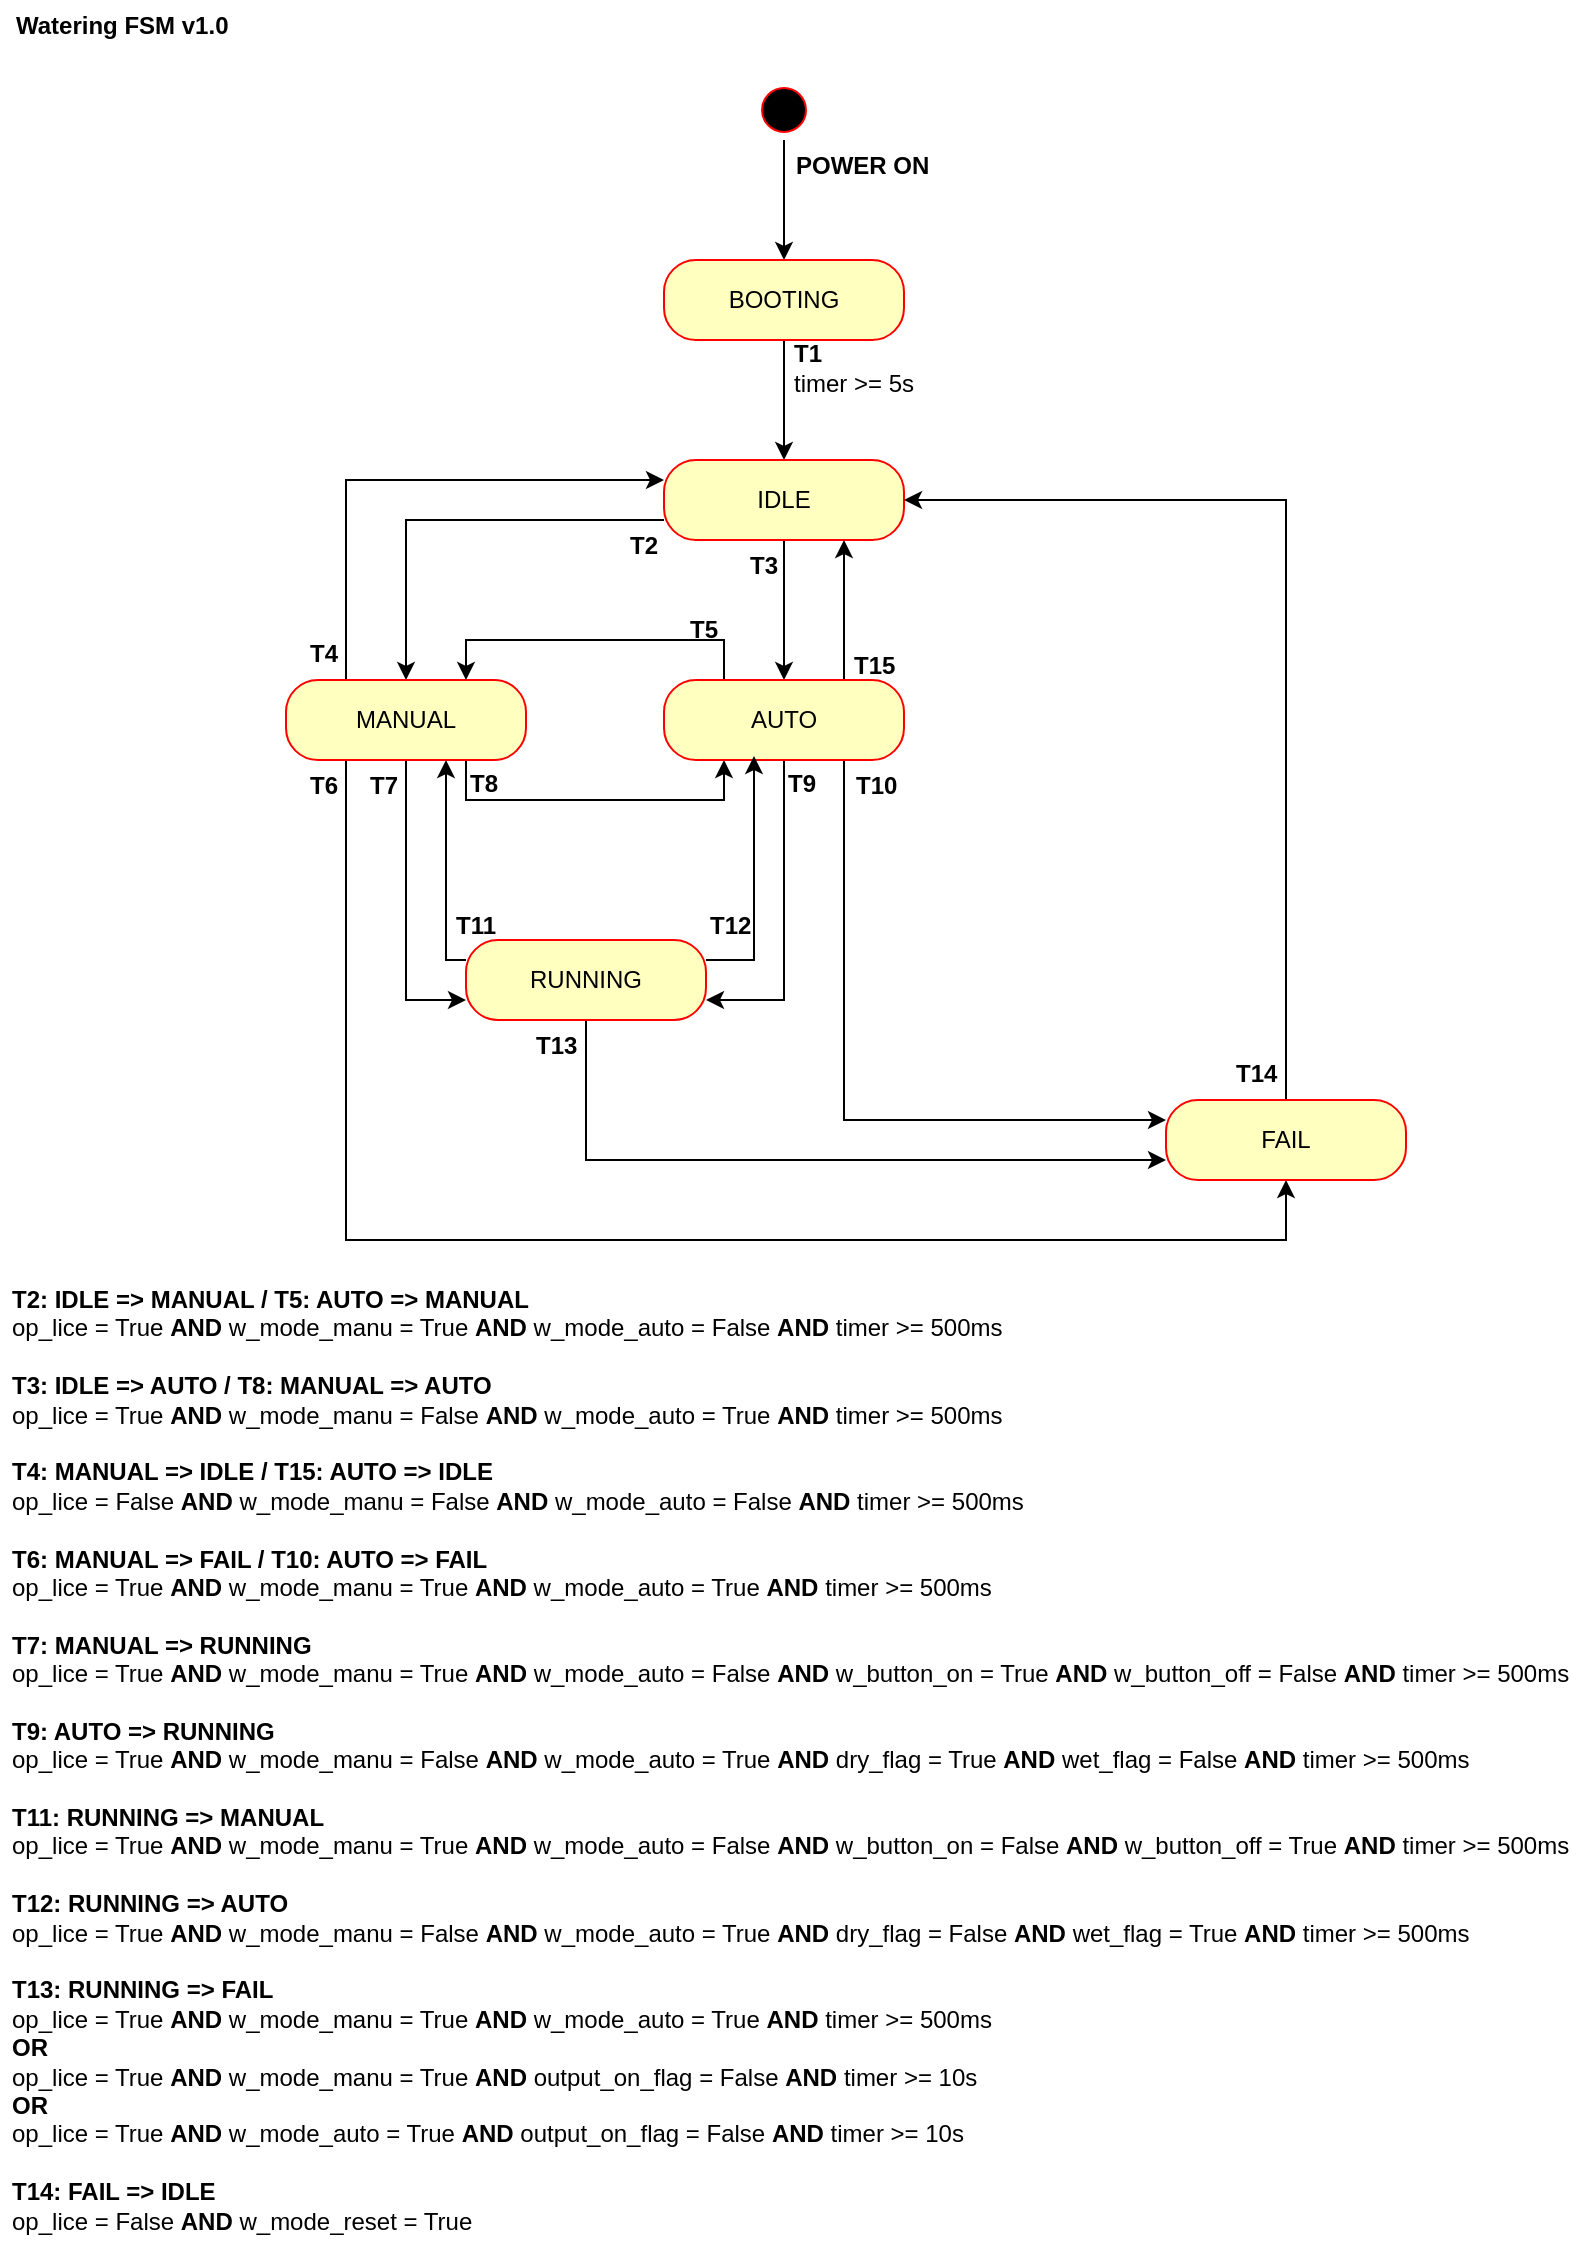
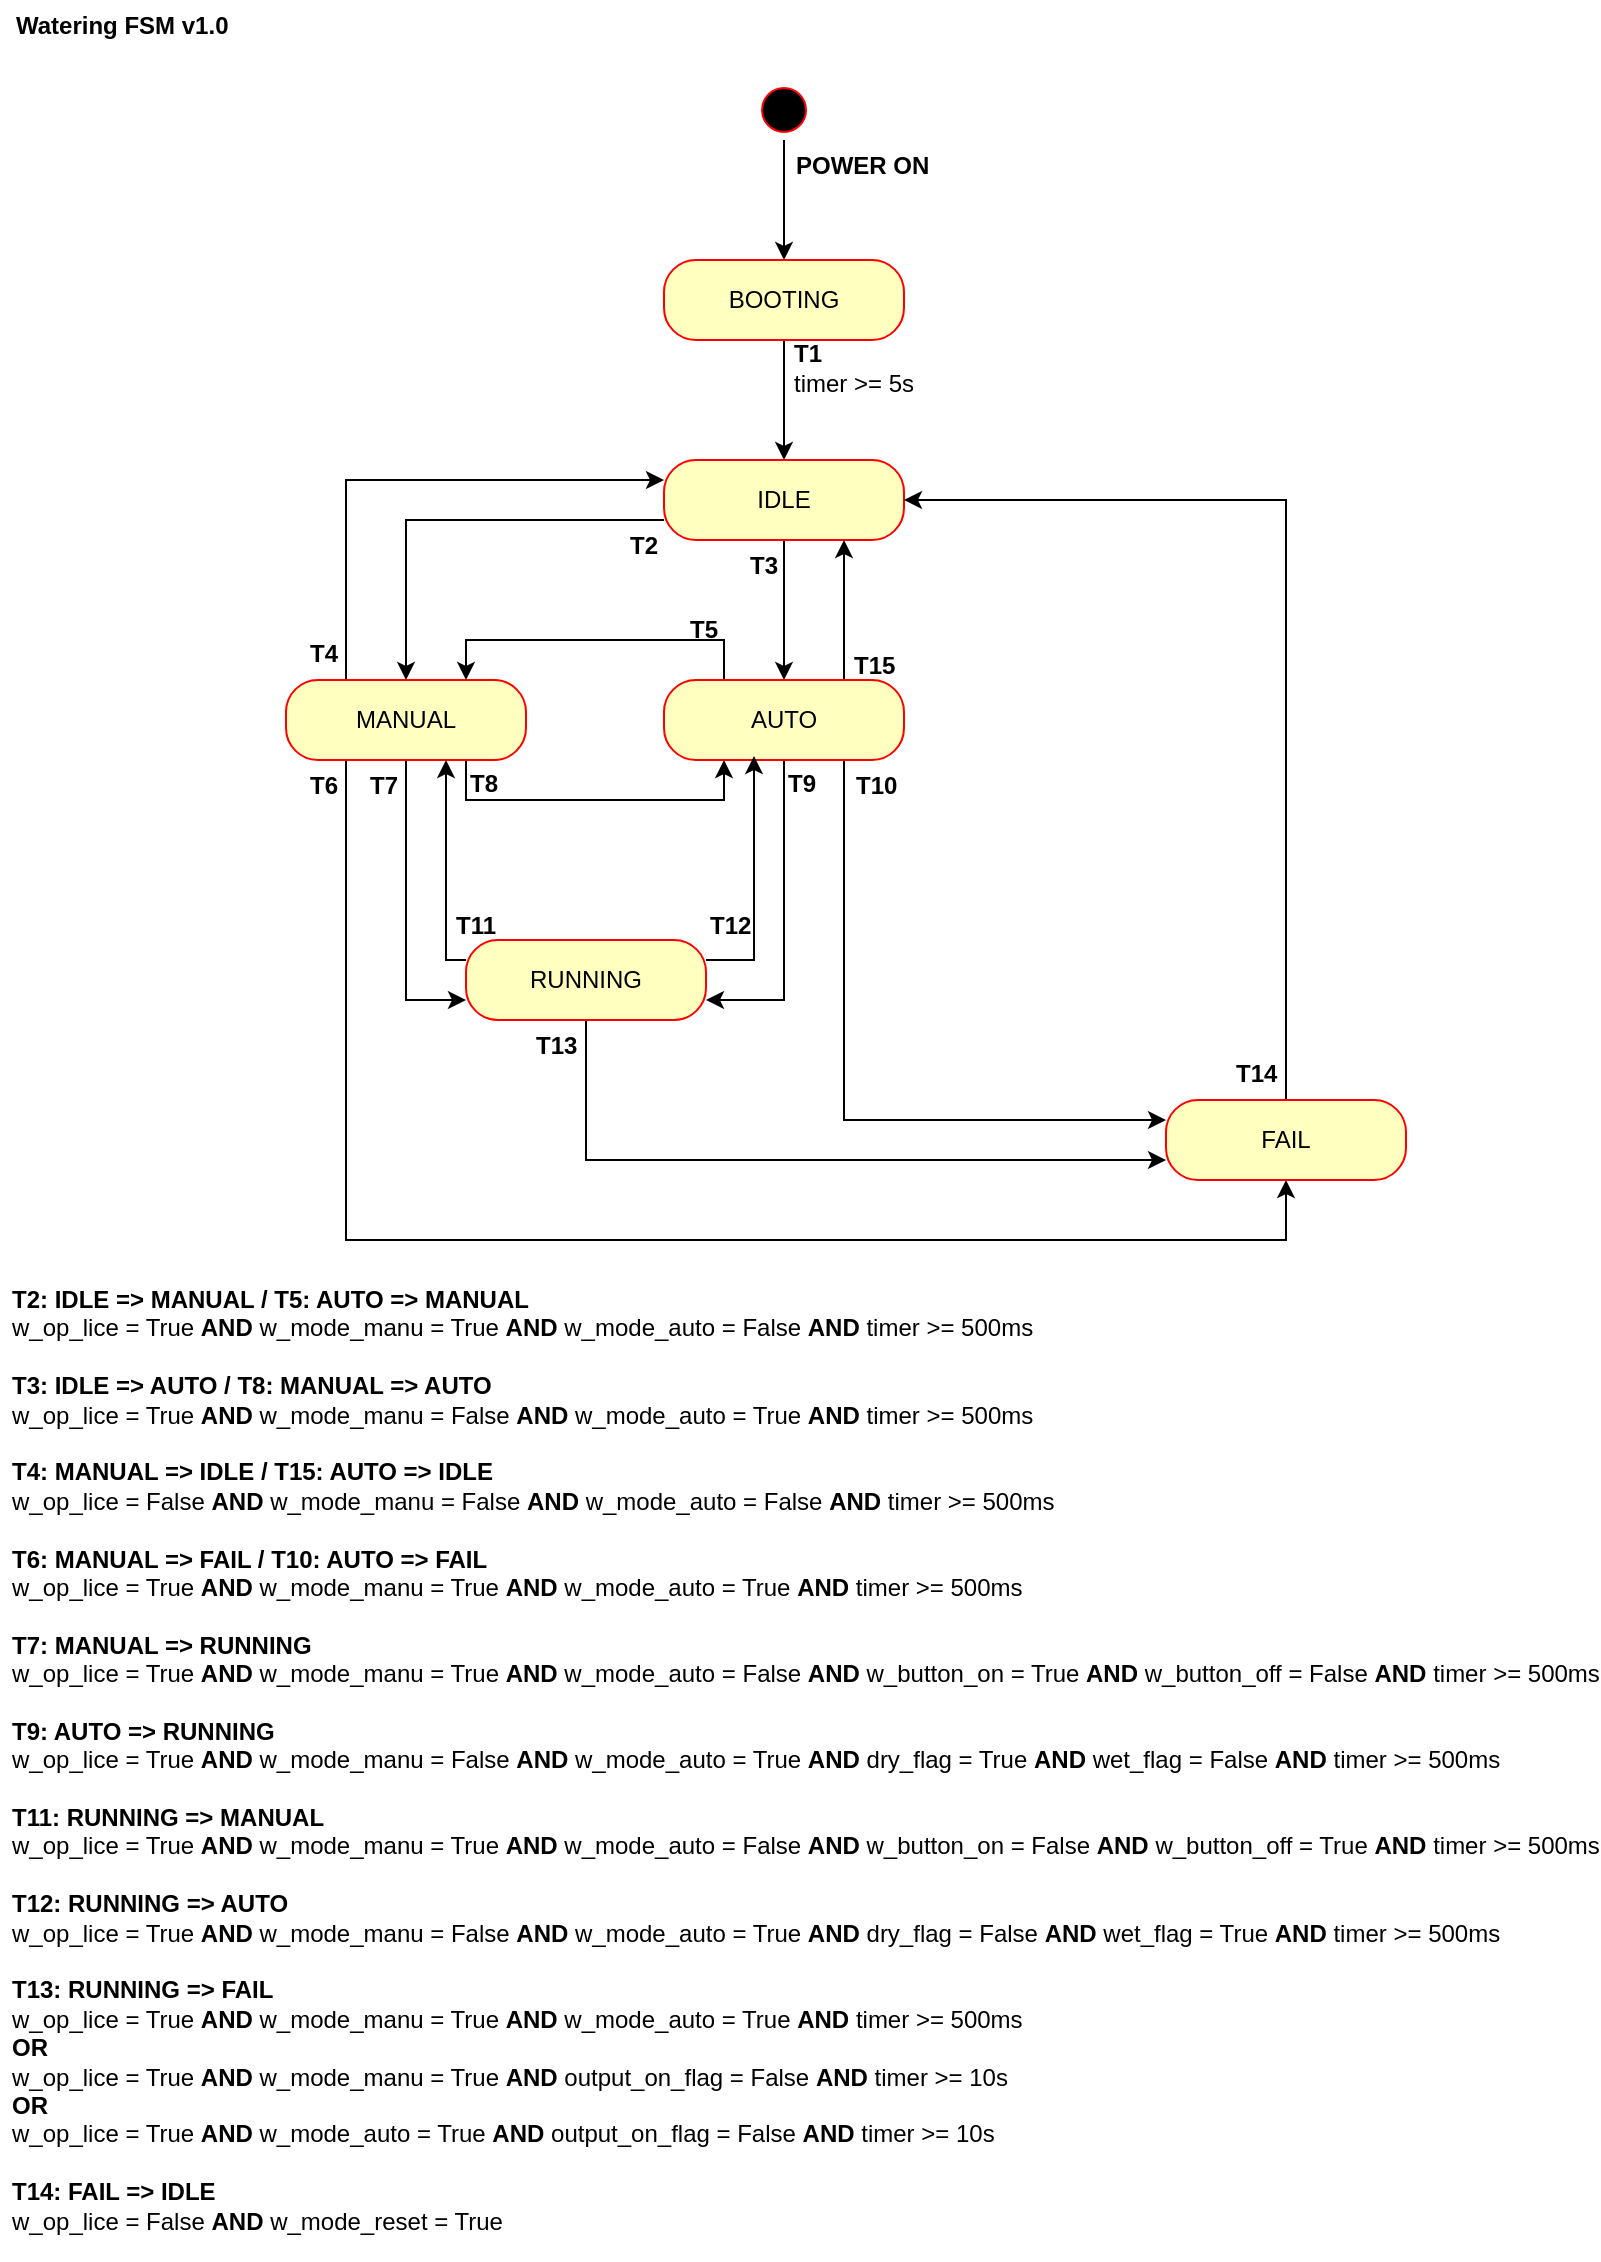
<mxfile host="Electron">
  <diagram name="Página-1" id="GmM7A7gTlj4xSkgxeAtz">
    <mxGraphModel dx="1414" dy="841" grid="1" gridSize="10" guides="1" tooltips="1" connect="1" arrows="1" fold="1" page="1" pageScale="1" pageWidth="827" pageHeight="1169" math="0" shadow="0">
      <root>
        <mxCell id="0" />
        <mxCell id="1" parent="0" />
        <mxCell id="JSaX9T62QVcK1ra-M2Sj-28" edge="1" parent="1" source="JSaX9T62QVcK1ra-M2Sj-1" style="edgeStyle=orthogonalEdgeStyle;rounded=0;orthogonalLoop=1;jettySize=auto;html=1;exitX=0.5;exitY=1;exitDx=0;exitDy=0;" target="JSaX9T62QVcK1ra-M2Sj-3">
          <mxGeometry relative="1" as="geometry" />
        </mxCell>
        <mxCell id="JSaX9T62QVcK1ra-M2Sj-1" parent="1" style="ellipse;html=1;shape=startState;fillColor=#000000;strokeColor=#ff0000;" value="" vertex="1">
          <mxGeometry height="30" width="30" x="384" y="60" as="geometry" />
        </mxCell>
        <mxCell id="JSaX9T62QVcK1ra-M2Sj-27" edge="1" parent="1" source="JSaX9T62QVcK1ra-M2Sj-3" style="edgeStyle=orthogonalEdgeStyle;rounded=0;orthogonalLoop=1;jettySize=auto;html=1;exitX=0.5;exitY=1;exitDx=0;exitDy=0;entryX=0.5;entryY=0;entryDx=0;entryDy=0;" target="JSaX9T62QVcK1ra-M2Sj-5">
          <mxGeometry relative="1" as="geometry" />
        </mxCell>
        <mxCell id="JSaX9T62QVcK1ra-M2Sj-3" parent="1" style="rounded=1;whiteSpace=wrap;html=1;arcSize=40;fontColor=#000000;fillColor=#ffffc0;strokeColor=#ff0000;" value="BOOTING" vertex="1">
          <mxGeometry height="40" width="120" x="339" y="150" as="geometry" />
        </mxCell>
        <mxCell id="JSaX9T62QVcK1ra-M2Sj-10" edge="1" parent="1" source="JSaX9T62QVcK1ra-M2Sj-5" style="edgeStyle=orthogonalEdgeStyle;rounded=0;orthogonalLoop=1;jettySize=auto;html=1;exitX=0.5;exitY=1;exitDx=0;exitDy=0;entryX=0.5;entryY=0;entryDx=0;entryDy=0;" target="JSaX9T62QVcK1ra-M2Sj-9">
          <mxGeometry relative="1" as="geometry" />
        </mxCell>
        <mxCell id="JSaX9T62QVcK1ra-M2Sj-29" edge="1" parent="1" source="JSaX9T62QVcK1ra-M2Sj-5" style="edgeStyle=orthogonalEdgeStyle;rounded=0;orthogonalLoop=1;jettySize=auto;html=1;exitX=0;exitY=0.75;exitDx=0;exitDy=0;entryX=0.5;entryY=0;entryDx=0;entryDy=0;" target="JSaX9T62QVcK1ra-M2Sj-7">
          <mxGeometry relative="1" as="geometry" />
        </mxCell>
        <mxCell id="JSaX9T62QVcK1ra-M2Sj-5" parent="1" style="rounded=1;whiteSpace=wrap;html=1;arcSize=40;fontColor=#000000;fillColor=#ffffc0;strokeColor=#ff0000;" value="IDLE" vertex="1">
          <mxGeometry height="40" width="120" x="339" y="250" as="geometry" />
        </mxCell>
        <mxCell id="JSaX9T62QVcK1ra-M2Sj-12" edge="1" parent="1" source="JSaX9T62QVcK1ra-M2Sj-7" style="edgeStyle=orthogonalEdgeStyle;rounded=0;orthogonalLoop=1;jettySize=auto;html=1;exitX=0.25;exitY=1;exitDx=0;exitDy=0;entryX=0.5;entryY=1;entryDx=0;entryDy=0;" target="JSaX9T62QVcK1ra-M2Sj-11">
          <mxGeometry relative="1" as="geometry">
            <Array as="points">
              <mxPoint x="180" y="640" />
              <mxPoint x="650" y="640" />
            </Array>
          </mxGeometry>
        </mxCell>
        <mxCell id="JSaX9T62QVcK1ra-M2Sj-16" edge="1" parent="1" source="JSaX9T62QVcK1ra-M2Sj-7" style="edgeStyle=orthogonalEdgeStyle;rounded=0;orthogonalLoop=1;jettySize=auto;html=1;exitX=0.75;exitY=1;exitDx=0;exitDy=0;entryX=0.25;entryY=1;entryDx=0;entryDy=0;" target="JSaX9T62QVcK1ra-M2Sj-9">
          <mxGeometry relative="1" as="geometry" />
        </mxCell>
        <mxCell id="JSaX9T62QVcK1ra-M2Sj-20" edge="1" parent="1" source="JSaX9T62QVcK1ra-M2Sj-7" style="edgeStyle=orthogonalEdgeStyle;rounded=0;orthogonalLoop=1;jettySize=auto;html=1;exitX=0.5;exitY=1;exitDx=0;exitDy=0;entryX=0;entryY=0.75;entryDx=0;entryDy=0;" target="JSaX9T62QVcK1ra-M2Sj-18">
          <mxGeometry relative="1" as="geometry" />
        </mxCell>
        <mxCell id="JSaX9T62QVcK1ra-M2Sj-25" edge="1" parent="1" source="JSaX9T62QVcK1ra-M2Sj-7" style="edgeStyle=orthogonalEdgeStyle;rounded=0;orthogonalLoop=1;jettySize=auto;html=1;exitX=0.25;exitY=0;exitDx=0;exitDy=0;entryX=0;entryY=0.25;entryDx=0;entryDy=0;" target="JSaX9T62QVcK1ra-M2Sj-5">
          <mxGeometry relative="1" as="geometry" />
        </mxCell>
        <mxCell id="JSaX9T62QVcK1ra-M2Sj-7" parent="1" style="rounded=1;whiteSpace=wrap;html=1;arcSize=40;fontColor=#000000;fillColor=#ffffc0;strokeColor=#ff0000;" value="MANUAL" vertex="1">
          <mxGeometry height="40" width="120" x="150" y="360" as="geometry" />
        </mxCell>
        <mxCell id="JSaX9T62QVcK1ra-M2Sj-13" edge="1" parent="1" source="JSaX9T62QVcK1ra-M2Sj-9" style="edgeStyle=orthogonalEdgeStyle;rounded=0;orthogonalLoop=1;jettySize=auto;html=1;exitX=0.75;exitY=1;exitDx=0;exitDy=0;entryX=0;entryY=0.25;entryDx=0;entryDy=0;" target="JSaX9T62QVcK1ra-M2Sj-11">
          <mxGeometry relative="1" as="geometry" />
        </mxCell>
        <mxCell id="JSaX9T62QVcK1ra-M2Sj-15" edge="1" parent="1" source="JSaX9T62QVcK1ra-M2Sj-9" style="edgeStyle=orthogonalEdgeStyle;rounded=0;orthogonalLoop=1;jettySize=auto;html=1;exitX=0.25;exitY=0;exitDx=0;exitDy=0;entryX=0.75;entryY=0;entryDx=0;entryDy=0;" target="JSaX9T62QVcK1ra-M2Sj-7">
          <mxGeometry relative="1" as="geometry" />
        </mxCell>
        <mxCell id="JSaX9T62QVcK1ra-M2Sj-21" edge="1" parent="1" source="JSaX9T62QVcK1ra-M2Sj-9" style="edgeStyle=orthogonalEdgeStyle;rounded=0;orthogonalLoop=1;jettySize=auto;html=1;exitX=0.5;exitY=1;exitDx=0;exitDy=0;entryX=1;entryY=0.75;entryDx=0;entryDy=0;" target="JSaX9T62QVcK1ra-M2Sj-18">
          <mxGeometry relative="1" as="geometry" />
        </mxCell>
        <mxCell id="JSaX9T62QVcK1ra-M2Sj-26" edge="1" parent="1" source="JSaX9T62QVcK1ra-M2Sj-9" style="edgeStyle=orthogonalEdgeStyle;rounded=0;orthogonalLoop=1;jettySize=auto;html=1;exitX=0.75;exitY=0;exitDx=0;exitDy=0;entryX=0.75;entryY=1;entryDx=0;entryDy=0;" target="JSaX9T62QVcK1ra-M2Sj-5">
          <mxGeometry relative="1" as="geometry" />
        </mxCell>
        <mxCell id="JSaX9T62QVcK1ra-M2Sj-9" parent="1" style="rounded=1;whiteSpace=wrap;html=1;arcSize=40;fontColor=#000000;fillColor=#ffffc0;strokeColor=#ff0000;" value="AUTO" vertex="1">
          <mxGeometry height="40" width="120" x="339" y="360" as="geometry" />
        </mxCell>
        <mxCell id="JSaX9T62QVcK1ra-M2Sj-14" edge="1" parent="1" source="JSaX9T62QVcK1ra-M2Sj-11" style="edgeStyle=orthogonalEdgeStyle;rounded=0;orthogonalLoop=1;jettySize=auto;html=1;exitX=0.5;exitY=0;exitDx=0;exitDy=0;entryX=1;entryY=0.5;entryDx=0;entryDy=0;" target="JSaX9T62QVcK1ra-M2Sj-5">
          <mxGeometry relative="1" as="geometry" />
        </mxCell>
        <mxCell id="JSaX9T62QVcK1ra-M2Sj-11" parent="1" style="rounded=1;whiteSpace=wrap;html=1;arcSize=40;fontColor=#000000;fillColor=#ffffc0;strokeColor=#ff0000;" value="FAIL" vertex="1">
          <mxGeometry height="40" width="120" x="590" y="570" as="geometry" />
        </mxCell>
        <mxCell id="JSaX9T62QVcK1ra-M2Sj-19" edge="1" parent="1" source="JSaX9T62QVcK1ra-M2Sj-18" style="edgeStyle=orthogonalEdgeStyle;rounded=0;orthogonalLoop=1;jettySize=auto;html=1;exitX=0.5;exitY=1;exitDx=0;exitDy=0;entryX=0;entryY=0.75;entryDx=0;entryDy=0;" target="JSaX9T62QVcK1ra-M2Sj-11">
          <mxGeometry relative="1" as="geometry" />
        </mxCell>
        <mxCell id="JSaX9T62QVcK1ra-M2Sj-18" parent="1" style="rounded=1;whiteSpace=wrap;html=1;arcSize=40;fontColor=#000000;fillColor=#ffffc0;strokeColor=#ff0000;" value="RUNNING" vertex="1">
          <mxGeometry height="40" width="120" x="240" y="490" as="geometry" />
        </mxCell>
        <mxCell id="JSaX9T62QVcK1ra-M2Sj-22" edge="1" parent="1" source="JSaX9T62QVcK1ra-M2Sj-18" style="edgeStyle=orthogonalEdgeStyle;rounded=0;orthogonalLoop=1;jettySize=auto;html=1;exitX=0;exitY=0.25;exitDx=0;exitDy=0;">
          <mxGeometry relative="1" as="geometry">
            <Array as="points">
              <mxPoint x="230" y="500" />
            </Array>
            <mxPoint x="230" y="400" as="targetPoint" />
          </mxGeometry>
        </mxCell>
        <mxCell id="JSaX9T62QVcK1ra-M2Sj-23" edge="1" parent="1" source="JSaX9T62QVcK1ra-M2Sj-18" style="edgeStyle=orthogonalEdgeStyle;rounded=0;orthogonalLoop=1;jettySize=auto;html=1;exitX=1;exitY=0.25;exitDx=0;exitDy=0;entryX=0.375;entryY=0.95;entryDx=0;entryDy=0;entryPerimeter=0;" target="JSaX9T62QVcK1ra-M2Sj-9">
          <mxGeometry relative="1" as="geometry" />
        </mxCell>
        <mxCell id="JSaX9T62QVcK1ra-M2Sj-24" parent="1" style="text;align=left;fontStyle=1;verticalAlign=middle;spacingLeft=3;spacingRight=3;strokeColor=none;rotatable=0;points=[[0,0.5],[1,0.5]];portConstraint=eastwest;html=1;" value="Watering FSM v1.0" vertex="1">
          <mxGeometry height="26" width="80" x="10" y="20" as="geometry" />
        </mxCell>
        <mxCell id="JSaX9T62QVcK1ra-M2Sj-30" parent="1" style="text;align=left;fontStyle=1;verticalAlign=middle;spacingLeft=3;spacingRight=3;strokeColor=none;rotatable=0;points=[[0,0.5],[1,0.5]];portConstraint=eastwest;html=1;" value="POWER ON" vertex="1">
          <mxGeometry height="26" width="80" x="400" y="90" as="geometry" />
        </mxCell>
        <mxCell id="JSaX9T62QVcK1ra-M2Sj-31" parent="1" style="text;align=left;fontStyle=1;verticalAlign=middle;spacingLeft=3;spacingRight=3;strokeColor=none;rotatable=0;points=[[0,0.5],[1,0.5]];portConstraint=eastwest;html=1;" value="T1&lt;div&gt;&lt;span style=&quot;font-weight: normal;&quot;&gt;timer &amp;gt;= 5s&lt;/span&gt;&lt;/div&gt;" vertex="1">
          <mxGeometry height="26" width="80" x="399" y="191" as="geometry" />
        </mxCell>
        <mxCell id="JSaX9T62QVcK1ra-M2Sj-32" parent="1" style="text;align=right;fontStyle=1;verticalAlign=middle;spacingLeft=3;spacingRight=3;strokeColor=none;rotatable=0;points=[[0,0.5],[1,0.5]];portConstraint=eastwest;html=1;" value="T2" vertex="1">
          <mxGeometry height="26" width="80" x="260" y="280" as="geometry" />
        </mxCell>
        <mxCell id="JSaX9T62QVcK1ra-M2Sj-33" parent="1" style="text;align=right;fontStyle=1;verticalAlign=middle;spacingLeft=3;spacingRight=3;strokeColor=none;rotatable=0;points=[[0,0.5],[1,0.5]];portConstraint=eastwest;html=1;" value="T3" vertex="1">
          <mxGeometry height="26" width="80" x="320" y="290" as="geometry" />
        </mxCell>
        <mxCell id="JSaX9T62QVcK1ra-M2Sj-34" parent="1" style="text;align=right;fontStyle=1;verticalAlign=middle;spacingLeft=3;spacingRight=3;strokeColor=none;rotatable=0;points=[[0,0.5],[1,0.5]];portConstraint=eastwest;html=1;" value="T4" vertex="1">
          <mxGeometry height="26" width="80" x="100" y="334" as="geometry" />
        </mxCell>
        <mxCell id="JSaX9T62QVcK1ra-M2Sj-35" parent="1" style="text;align=right;fontStyle=1;verticalAlign=middle;spacingLeft=3;spacingRight=3;strokeColor=none;rotatable=0;points=[[0,0.5],[1,0.5]];portConstraint=eastwest;html=1;" value="T5" vertex="1">
          <mxGeometry height="26" width="80" x="290" y="322" as="geometry" />
        </mxCell>
        <mxCell id="JSaX9T62QVcK1ra-M2Sj-36" parent="1" style="text;align=right;fontStyle=1;verticalAlign=middle;spacingLeft=3;spacingRight=3;strokeColor=none;rotatable=0;points=[[0,0.5],[1,0.5]];portConstraint=eastwest;html=1;" value="T6" vertex="1">
          <mxGeometry height="26" width="80" x="100" y="400" as="geometry" />
        </mxCell>
        <mxCell id="JSaX9T62QVcK1ra-M2Sj-37" parent="1" style="text;align=right;fontStyle=1;verticalAlign=middle;spacingLeft=3;spacingRight=3;strokeColor=none;rotatable=0;points=[[0,0.5],[1,0.5]];portConstraint=eastwest;html=1;" value="T7" vertex="1">
          <mxGeometry height="26" width="80" x="130" y="400" as="geometry" />
        </mxCell>
        <mxCell id="JSaX9T62QVcK1ra-M2Sj-38" parent="1" style="text;align=right;fontStyle=1;verticalAlign=middle;spacingLeft=3;spacingRight=3;strokeColor=none;rotatable=0;points=[[0,0.5],[1,0.5]];portConstraint=eastwest;html=1;" value="T8" vertex="1">
          <mxGeometry height="26" width="80" x="180" y="399" as="geometry" />
        </mxCell>
        <mxCell id="JSaX9T62QVcK1ra-M2Sj-39" parent="1" style="text;align=right;fontStyle=1;verticalAlign=middle;spacingLeft=3;spacingRight=3;strokeColor=none;rotatable=0;points=[[0,0.5],[1,0.5]];portConstraint=eastwest;html=1;" value="T9" vertex="1">
          <mxGeometry height="26" width="80" x="339" y="399" as="geometry" />
        </mxCell>
        <mxCell id="JSaX9T62QVcK1ra-M2Sj-40" parent="1" style="text;align=left;fontStyle=1;verticalAlign=middle;spacingLeft=3;spacingRight=3;strokeColor=none;rotatable=0;points=[[0,0.5],[1,0.5]];portConstraint=eastwest;html=1;" value="T10" vertex="1">
          <mxGeometry height="26" width="80" x="430" y="400" as="geometry" />
        </mxCell>
        <mxCell id="JSaX9T62QVcK1ra-M2Sj-41" parent="1" style="text;align=left;fontStyle=1;verticalAlign=middle;spacingLeft=3;spacingRight=3;strokeColor=none;rotatable=0;points=[[0,0.5],[1,0.5]];portConstraint=eastwest;html=1;" value="T11" vertex="1">
          <mxGeometry height="26" width="20" x="230" y="470" as="geometry" />
        </mxCell>
        <mxCell id="JSaX9T62QVcK1ra-M2Sj-42" parent="1" style="text;align=left;fontStyle=1;verticalAlign=middle;spacingLeft=3;spacingRight=3;strokeColor=none;rotatable=0;points=[[0,0.5],[1,0.5]];portConstraint=eastwest;html=1;" value="T12" vertex="1">
          <mxGeometry height="26" width="20" x="357" y="470" as="geometry" />
        </mxCell>
        <mxCell id="JSaX9T62QVcK1ra-M2Sj-43" parent="1" style="text;align=left;fontStyle=1;verticalAlign=middle;spacingLeft=3;spacingRight=3;strokeColor=none;rotatable=0;points=[[0,0.5],[1,0.5]];portConstraint=eastwest;html=1;" value="T13" vertex="1">
          <mxGeometry height="26" width="20" x="270" y="530" as="geometry" />
        </mxCell>
        <mxCell id="JSaX9T62QVcK1ra-M2Sj-44" parent="1" style="text;align=left;fontStyle=1;verticalAlign=middle;spacingLeft=3;spacingRight=3;strokeColor=none;rotatable=0;points=[[0,0.5],[1,0.5]];portConstraint=eastwest;html=1;" value="T14" vertex="1">
          <mxGeometry height="26" width="20" x="620" y="544" as="geometry" />
        </mxCell>
-         <mxCell id="JSaX9T62QVcK1ra-M2Sj-45" parent="1" style="text;align=left;fontStyle=1;verticalAlign=middle;spacingLeft=3;spacingRight=3;strokeColor=none;rotatable=0;points=[[0,0.5],[1,0.5]];portConstraint=eastwest;html=1;" value="T2: IDLE =&amp;gt; MANUAL / T5: AUTO =&amp;gt; MANUAL&lt;div&gt;&lt;span style=&quot;font-weight: 400;&quot;&gt;op_lice = True &lt;/span&gt;AND&lt;span style=&quot;font-weight: 400;&quot;&gt; w_mode_manu = True&amp;nbsp;&lt;/span&gt;AND&lt;span style=&quot;font-weight: 400;&quot;&gt;&amp;nbsp;w_mode_auto = False &lt;/span&gt;AND&lt;span style=&quot;font-weight: 400;&quot;&gt; timer &amp;gt;= 500ms&lt;/span&gt;&lt;/div&gt;&lt;div&gt;&lt;span style=&quot;font-weight: 400;&quot;&gt;&lt;br&gt;&lt;/span&gt;&lt;/div&gt;&lt;div&gt;T3: IDLE =&amp;gt; AUTO / T8: MANUAL =&amp;gt; AUTO&lt;/div&gt;&lt;div&gt;&lt;span style=&quot;font-weight: normal;&quot;&gt;op_lice = True &lt;/span&gt;AND&lt;span style=&quot;font-weight: normal;&quot;&gt;&amp;nbsp;w_mode_manu = False &lt;/span&gt;AND&lt;span style=&quot;font-weight: normal;&quot;&gt; w_mode_auto = True &lt;/span&gt;AND&lt;span style=&quot;font-weight: normal;&quot;&gt; timer &amp;gt;= 500ms&lt;/span&gt;&lt;/div&gt;&lt;div&gt;&lt;span style=&quot;font-weight: normal;&quot;&gt;&lt;br&gt;&lt;/span&gt;&lt;/div&gt;&lt;div&gt;T4: MANUAL =&amp;gt; IDLE / T15: AUTO =&amp;gt; IDLE&lt;/div&gt;&lt;div&gt;&lt;span style=&quot;font-weight: 400;&quot;&gt;op_lice = False &lt;/span&gt;AND&lt;span style=&quot;font-weight: 400;&quot;&gt; w_mode_manu = False &lt;/span&gt;AND&lt;span style=&quot;font-weight: 400;&quot;&gt; w_mode_auto = False &lt;/span&gt;AND&lt;span style=&quot;font-weight: 400;&quot;&gt; timer &amp;gt;= 500ms&lt;/span&gt;&lt;/div&gt;&lt;div&gt;&lt;span style=&quot;font-weight: 400;&quot;&gt;&lt;br&gt;&lt;/span&gt;&lt;/div&gt;&lt;div&gt;T6: MANUAL =&amp;gt; FAIL / T10: AUTO =&amp;gt; FAIL&lt;/div&gt;&lt;div&gt;&lt;span style=&quot;font-weight: 400;&quot;&gt;op_lice = True &lt;/span&gt;AND&lt;span style=&quot;font-weight: 400;&quot;&gt; w_mode_manu = True &lt;/span&gt;AND&lt;span style=&quot;font-weight: 400;&quot;&gt; w_mode_auto = True &lt;/span&gt;AND&lt;span style=&quot;font-weight: 400;&quot;&gt;&amp;nbsp;&lt;/span&gt;&lt;span style=&quot;font-weight: 400;&quot;&gt;timer &amp;gt;= 500ms&lt;/span&gt;&lt;/div&gt;&lt;div&gt;&lt;span style=&quot;font-weight: 400;&quot;&gt;&lt;br&gt;&lt;/span&gt;&lt;/div&gt;&lt;div&gt;T7: MANUAL =&amp;gt; RUNNING&lt;/div&gt;&lt;div&gt;&lt;span style=&quot;font-weight: normal;&quot;&gt;op_lice = True &lt;/span&gt;AND &lt;span style=&quot;font-weight: normal;&quot;&gt;w_mode_manu = True &lt;/span&gt;AND &lt;span style=&quot;font-weight: normal;&quot;&gt;w_mode_auto = False &lt;/span&gt;AND &lt;span style=&quot;font-weight: normal;&quot;&gt;w_button_on = True &lt;/span&gt;AND &lt;span style=&quot;font-weight: normal;&quot;&gt;w_button_off = False &lt;/span&gt;AND &lt;span style=&quot;font-weight: normal;&quot;&gt;timer &amp;gt;= 500ms&lt;/span&gt;&lt;/div&gt;&lt;div&gt;&lt;br&gt;&lt;/div&gt;&lt;div&gt;T9: AUTO =&amp;gt; RUNNING&lt;/div&gt;&lt;div&gt;&lt;span style=&quot;font-weight: normal;&quot;&gt;op_lice = True &lt;/span&gt;AND &lt;span style=&quot;font-weight: normal;&quot;&gt;w_mode_manu = False &lt;/span&gt;AND &lt;span style=&quot;font-weight: normal;&quot;&gt;w_mode_auto = True &lt;/span&gt;AND &lt;span style=&quot;font-weight: normal;&quot;&gt;dry_flag = True&amp;nbsp;&lt;/span&gt;AND &lt;span style=&quot;font-weight: normal;&quot;&gt;wet_flag = False &lt;/span&gt;AND &lt;span style=&quot;font-weight: normal;&quot;&gt;timer &amp;gt;= 500ms&lt;/span&gt;&lt;/div&gt;&lt;div&gt;&lt;span style=&quot;font-weight: normal;&quot;&gt;&lt;br&gt;&lt;/span&gt;&lt;/div&gt;&lt;div&gt;&lt;div&gt;T11: RUNNING =&amp;gt; MANUAL&lt;/div&gt;&lt;div&gt;&lt;span style=&quot;font-weight: normal;&quot;&gt;op_lice = True&amp;nbsp;&lt;/span&gt;AND&amp;nbsp;&lt;span style=&quot;font-weight: normal;&quot;&gt;w_mode_manu = True&amp;nbsp;&lt;/span&gt;AND&amp;nbsp;&lt;span style=&quot;font-weight: normal;&quot;&gt;w_mode_auto = False&amp;nbsp;&lt;/span&gt;AND&amp;nbsp;&lt;span style=&quot;font-weight: normal;&quot;&gt;w_button_on = False&amp;nbsp;&lt;/span&gt;AND&amp;nbsp;&lt;span style=&quot;font-weight: normal;&quot;&gt;w_button_off = True&amp;nbsp;&lt;/span&gt;AND&amp;nbsp;&lt;span style=&quot;font-weight: normal;&quot;&gt;timer &amp;gt;= 500ms&lt;/span&gt;&lt;/div&gt;&lt;div&gt;&lt;br&gt;&lt;/div&gt;&lt;div&gt;T12: RUNNING =&amp;gt; AUTO&lt;/div&gt;&lt;div&gt;&lt;span style=&quot;font-weight: normal;&quot;&gt;op_lice = True&amp;nbsp;&lt;/span&gt;AND&amp;nbsp;&lt;span style=&quot;font-weight: normal;&quot;&gt;w_mode_manu = False&amp;nbsp;&lt;/span&gt;AND&amp;nbsp;&lt;span style=&quot;font-weight: normal;&quot;&gt;w_mode_auto = True&amp;nbsp;&lt;/span&gt;AND&amp;nbsp;&lt;span style=&quot;font-weight: normal;&quot;&gt;dry_flag = False&amp;nbsp;&lt;/span&gt;AND&amp;nbsp;&lt;span style=&quot;font-weight: normal;&quot;&gt;wet_flag = True&amp;nbsp;&lt;/span&gt;AND&amp;nbsp;&lt;span style=&quot;font-weight: normal;&quot;&gt;timer &amp;gt;= 500ms&lt;/span&gt;&lt;/div&gt;&lt;/div&gt;&lt;div&gt;&lt;span style=&quot;font-weight: 400;&quot;&gt;&lt;br&gt;&lt;/span&gt;&lt;/div&gt;&lt;div&gt;&lt;div&gt;T13: RUNNING =&amp;gt; FAIL&lt;/div&gt;&lt;div&gt;&lt;span style=&quot;font-weight: normal;&quot;&gt;op_lice = True&amp;nbsp;&lt;/span&gt;AND&amp;nbsp;&lt;span style=&quot;font-weight: normal;&quot;&gt;w_mode_manu = True&amp;nbsp;&lt;/span&gt;AND&amp;nbsp;&lt;span style=&quot;font-weight: normal;&quot;&gt;w_mode_auto = True&lt;/span&gt;&lt;span style=&quot;font-weight: normal;&quot;&gt;&amp;nbsp;&lt;/span&gt;AND&amp;nbsp;&lt;span style=&quot;font-weight: normal;&quot;&gt;timer &amp;gt;= 500ms&lt;/span&gt;&lt;/div&gt;&lt;/div&gt;&lt;div&gt;OR&lt;/div&gt;&lt;div&gt;&lt;span style=&quot;font-weight: 400;&quot;&gt;op_lice = True &lt;/span&gt;AND &lt;span style=&quot;font-weight: 400;&quot;&gt;w_mode_manu = True &lt;/span&gt;AND &lt;span style=&quot;font-weight: 400;&quot;&gt;output_on_flag = False &lt;/span&gt;AND &lt;span style=&quot;font-weight: 400;&quot;&gt;timer &amp;gt;= 10s&lt;/span&gt;&lt;/div&gt;&lt;div&gt;OR&lt;/div&gt;&lt;div&gt;&lt;span style=&quot;font-weight: 400;&quot;&gt;op_lice = True &lt;/span&gt;AND &lt;span style=&quot;font-weight: 400;&quot;&gt;w_mode_auto = True &lt;/span&gt;AND &lt;span style=&quot;font-weight: 400;&quot;&gt;output_on_flag = False &lt;/span&gt;AND &lt;span style=&quot;font-weight: 400;&quot;&gt;timer &amp;gt;= 10s&lt;/span&gt;&lt;/div&gt;&lt;div&gt;&lt;span style=&quot;font-weight: 400;&quot;&gt;&lt;br&gt;&lt;/span&gt;&lt;/div&gt;&lt;div&gt;T14: FAIL =&amp;gt; IDLE&lt;/div&gt;&lt;div&gt;&lt;span style=&quot;font-weight: 400;&quot;&gt;op_lice = False &lt;/span&gt;AND&lt;span style=&quot;font-weight: 400;&quot;&gt; w_mode_reset = True&lt;/span&gt;&lt;/div&gt;" vertex="1">
+         <mxCell id="JSaX9T62QVcK1ra-M2Sj-45" parent="1" style="text;align=left;fontStyle=1;verticalAlign=middle;spacingLeft=3;spacingRight=3;strokeColor=none;rotatable=0;points=[[0,0.5],[1,0.5]];portConstraint=eastwest;html=1;" value="T2: IDLE =&amp;gt; MANUAL / T5: AUTO =&amp;gt; MANUAL&lt;div&gt;&lt;span style=&quot;font-weight: 400;&quot;&gt;w_op_lice = True &lt;/span&gt;AND&lt;span style=&quot;font-weight: 400;&quot;&gt; w_mode_manu = True&amp;nbsp;&lt;/span&gt;AND&lt;span style=&quot;font-weight: 400;&quot;&gt;&amp;nbsp;w_mode_auto = False &lt;/span&gt;AND&lt;span style=&quot;font-weight: 400;&quot;&gt; timer &amp;gt;= 500ms&lt;/span&gt;&lt;/div&gt;&lt;div&gt;&lt;span style=&quot;font-weight: 400;&quot;&gt;&lt;br&gt;&lt;/span&gt;&lt;/div&gt;&lt;div&gt;T3: IDLE =&amp;gt; AUTO / T8: MANUAL =&amp;gt; AUTO&lt;/div&gt;&lt;div&gt;&lt;span style=&quot;font-weight: 400; background-color: transparent; color: light-dark(rgb(0, 0, 0), rgb(255, 255, 255));&quot;&gt;w_&lt;/span&gt;&lt;span style=&quot;font-weight: normal;&quot;&gt;op_lice = True &lt;/span&gt;AND&lt;span style=&quot;font-weight: normal;&quot;&gt;&amp;nbsp;w_mode_manu = False &lt;/span&gt;AND&lt;span style=&quot;font-weight: normal;&quot;&gt; w_mode_auto = True &lt;/span&gt;AND&lt;span style=&quot;font-weight: normal;&quot;&gt; timer &amp;gt;= 500ms&lt;/span&gt;&lt;/div&gt;&lt;div&gt;&lt;span style=&quot;font-weight: normal;&quot;&gt;&lt;br&gt;&lt;/span&gt;&lt;/div&gt;&lt;div&gt;T4: MANUAL =&amp;gt; IDLE / T15: AUTO =&amp;gt; IDLE&lt;/div&gt;&lt;div&gt;&lt;span style=&quot;font-weight: 400; background-color: transparent; color: light-dark(rgb(0, 0, 0), rgb(255, 255, 255));&quot;&gt;w_&lt;/span&gt;&lt;span style=&quot;font-weight: 400;&quot;&gt;op_lice = False &lt;/span&gt;AND&lt;span style=&quot;font-weight: 400;&quot;&gt; w_mode_manu = False &lt;/span&gt;AND&lt;span style=&quot;font-weight: 400;&quot;&gt; w_mode_auto = False &lt;/span&gt;AND&lt;span style=&quot;font-weight: 400;&quot;&gt; timer &amp;gt;= 500ms&lt;/span&gt;&lt;/div&gt;&lt;div&gt;&lt;span style=&quot;font-weight: 400;&quot;&gt;&lt;br&gt;&lt;/span&gt;&lt;/div&gt;&lt;div&gt;T6: MANUAL =&amp;gt; FAIL / T10: AUTO =&amp;gt; FAIL&lt;/div&gt;&lt;div&gt;&lt;span style=&quot;font-weight: 400; background-color: transparent; color: light-dark(rgb(0, 0, 0), rgb(255, 255, 255));&quot;&gt;w_&lt;/span&gt;&lt;span style=&quot;font-weight: 400;&quot;&gt;op_lice = True &lt;/span&gt;AND&lt;span style=&quot;font-weight: 400;&quot;&gt; w_mode_manu = True &lt;/span&gt;AND&lt;span style=&quot;font-weight: 400;&quot;&gt; w_mode_auto = True &lt;/span&gt;AND&lt;span style=&quot;font-weight: 400;&quot;&gt;&amp;nbsp;&lt;/span&gt;&lt;span style=&quot;font-weight: 400;&quot;&gt;timer &amp;gt;= 500ms&lt;/span&gt;&lt;/div&gt;&lt;div&gt;&lt;span style=&quot;font-weight: 400;&quot;&gt;&lt;br&gt;&lt;/span&gt;&lt;/div&gt;&lt;div&gt;T7: MANUAL =&amp;gt; RUNNING&lt;/div&gt;&lt;div&gt;&lt;span style=&quot;font-weight: 400; background-color: transparent; color: light-dark(rgb(0, 0, 0), rgb(255, 255, 255));&quot;&gt;w_&lt;/span&gt;&lt;span style=&quot;font-weight: normal;&quot;&gt;op_lice = True &lt;/span&gt;AND &lt;span style=&quot;font-weight: normal;&quot;&gt;w_mode_manu = True &lt;/span&gt;AND &lt;span style=&quot;font-weight: normal;&quot;&gt;w_mode_auto = False &lt;/span&gt;AND &lt;span style=&quot;font-weight: normal;&quot;&gt;w_button_on = True &lt;/span&gt;AND &lt;span style=&quot;font-weight: normal;&quot;&gt;w_button_off = False &lt;/span&gt;AND &lt;span style=&quot;font-weight: normal;&quot;&gt;timer &amp;gt;= 500ms&lt;/span&gt;&lt;/div&gt;&lt;div&gt;&lt;br&gt;&lt;/div&gt;&lt;div&gt;T9: AUTO =&amp;gt; RUNNING&lt;/div&gt;&lt;div&gt;&lt;span style=&quot;font-weight: 400; background-color: transparent; color: light-dark(rgb(0, 0, 0), rgb(255, 255, 255));&quot;&gt;w_&lt;/span&gt;&lt;span style=&quot;font-weight: normal;&quot;&gt;op_lice = True &lt;/span&gt;AND &lt;span style=&quot;font-weight: normal;&quot;&gt;w_mode_manu = False &lt;/span&gt;AND &lt;span style=&quot;font-weight: normal;&quot;&gt;w_mode_auto = True &lt;/span&gt;AND &lt;span style=&quot;font-weight: normal;&quot;&gt;dry_flag = True&amp;nbsp;&lt;/span&gt;AND &lt;span style=&quot;font-weight: normal;&quot;&gt;wet_flag = False &lt;/span&gt;AND &lt;span style=&quot;font-weight: normal;&quot;&gt;timer &amp;gt;= 500ms&lt;/span&gt;&lt;/div&gt;&lt;div&gt;&lt;span style=&quot;font-weight: normal;&quot;&gt;&lt;br&gt;&lt;/span&gt;&lt;/div&gt;&lt;div&gt;&lt;div&gt;T11: RUNNING =&amp;gt; MANUAL&lt;/div&gt;&lt;div&gt;&lt;span style=&quot;font-weight: 400; background-color: transparent; color: light-dark(rgb(0, 0, 0), rgb(255, 255, 255));&quot;&gt;w_&lt;/span&gt;&lt;span style=&quot;font-weight: normal;&quot;&gt;op_lice = True&amp;nbsp;&lt;/span&gt;AND&amp;nbsp;&lt;span style=&quot;font-weight: normal;&quot;&gt;w_mode_manu = True&amp;nbsp;&lt;/span&gt;AND&amp;nbsp;&lt;span style=&quot;font-weight: normal;&quot;&gt;w_mode_auto = False&amp;nbsp;&lt;/span&gt;AND&amp;nbsp;&lt;span style=&quot;font-weight: normal;&quot;&gt;w_button_on = False&amp;nbsp;&lt;/span&gt;AND&amp;nbsp;&lt;span style=&quot;font-weight: normal;&quot;&gt;w_button_off = True&amp;nbsp;&lt;/span&gt;AND&amp;nbsp;&lt;span style=&quot;font-weight: normal;&quot;&gt;timer &amp;gt;= 500ms&lt;/span&gt;&lt;/div&gt;&lt;div&gt;&lt;br&gt;&lt;/div&gt;&lt;div&gt;T12: RUNNING =&amp;gt; AUTO&lt;/div&gt;&lt;div&gt;&lt;span style=&quot;font-weight: 400; background-color: transparent; color: light-dark(rgb(0, 0, 0), rgb(255, 255, 255));&quot;&gt;w_&lt;/span&gt;&lt;span style=&quot;font-weight: normal;&quot;&gt;op_lice = True&amp;nbsp;&lt;/span&gt;AND&amp;nbsp;&lt;span style=&quot;font-weight: normal;&quot;&gt;w_mode_manu = False&amp;nbsp;&lt;/span&gt;AND&amp;nbsp;&lt;span style=&quot;font-weight: normal;&quot;&gt;w_mode_auto = True&amp;nbsp;&lt;/span&gt;AND&amp;nbsp;&lt;span style=&quot;font-weight: normal;&quot;&gt;dry_flag = False&amp;nbsp;&lt;/span&gt;AND&amp;nbsp;&lt;span style=&quot;font-weight: normal;&quot;&gt;wet_flag = True&amp;nbsp;&lt;/span&gt;AND&amp;nbsp;&lt;span style=&quot;font-weight: normal;&quot;&gt;timer &amp;gt;= 500ms&lt;/span&gt;&lt;/div&gt;&lt;/div&gt;&lt;div&gt;&lt;span style=&quot;font-weight: 400;&quot;&gt;&lt;br&gt;&lt;/span&gt;&lt;/div&gt;&lt;div&gt;&lt;div&gt;T13: RUNNING =&amp;gt; FAIL&lt;/div&gt;&lt;div&gt;&lt;span style=&quot;font-weight: 400; background-color: transparent; color: light-dark(rgb(0, 0, 0), rgb(255, 255, 255));&quot;&gt;w_&lt;/span&gt;&lt;span style=&quot;font-weight: normal;&quot;&gt;op_lice = True&amp;nbsp;&lt;/span&gt;AND&amp;nbsp;&lt;span style=&quot;font-weight: normal;&quot;&gt;w_mode_manu = True&amp;nbsp;&lt;/span&gt;AND&amp;nbsp;&lt;span style=&quot;font-weight: normal;&quot;&gt;w_mode_auto = True&lt;/span&gt;&lt;span style=&quot;font-weight: normal;&quot;&gt;&amp;nbsp;&lt;/span&gt;AND&amp;nbsp;&lt;span style=&quot;font-weight: normal;&quot;&gt;timer &amp;gt;= 500ms&lt;/span&gt;&lt;/div&gt;&lt;/div&gt;&lt;div&gt;OR&lt;/div&gt;&lt;div&gt;&lt;span style=&quot;font-weight: 400; background-color: transparent; color: light-dark(rgb(0, 0, 0), rgb(255, 255, 255));&quot;&gt;w_&lt;/span&gt;&lt;span style=&quot;font-weight: 400;&quot;&gt;op_lice = True &lt;/span&gt;AND &lt;span style=&quot;font-weight: 400;&quot;&gt;w_mode_manu = True &lt;/span&gt;AND &lt;span style=&quot;font-weight: 400;&quot;&gt;output_on_flag = False &lt;/span&gt;AND &lt;span style=&quot;font-weight: 400;&quot;&gt;timer &amp;gt;= 10s&lt;/span&gt;&lt;/div&gt;&lt;div&gt;OR&lt;/div&gt;&lt;div&gt;&lt;span style=&quot;font-weight: 400; background-color: transparent; color: light-dark(rgb(0, 0, 0), rgb(255, 255, 255));&quot;&gt;w_&lt;/span&gt;&lt;span style=&quot;font-weight: 400;&quot;&gt;op_lice = True &lt;/span&gt;AND &lt;span style=&quot;font-weight: 400;&quot;&gt;w_mode_auto = True &lt;/span&gt;AND &lt;span style=&quot;font-weight: 400;&quot;&gt;output_on_flag = False &lt;/span&gt;AND &lt;span style=&quot;font-weight: 400;&quot;&gt;timer &amp;gt;= 10s&lt;/span&gt;&lt;/div&gt;&lt;div&gt;&lt;span style=&quot;font-weight: 400;&quot;&gt;&lt;br&gt;&lt;/span&gt;&lt;/div&gt;&lt;div&gt;T14: FAIL =&amp;gt; IDLE&lt;/div&gt;&lt;div&gt;&lt;span style=&quot;font-weight: 400; background-color: transparent; color: light-dark(rgb(0, 0, 0), rgb(255, 255, 255));&quot;&gt;w_&lt;/span&gt;&lt;span style=&quot;font-weight: 400;&quot;&gt;op_lice = False &lt;/span&gt;AND&lt;span style=&quot;font-weight: 400;&quot;&gt; w_mode_reset = True&lt;/span&gt;&lt;/div&gt;" vertex="1">
          <mxGeometry height="500" width="783" x="7.5" y="650" as="geometry" />
        </mxCell>
        <mxCell id="JSaX9T62QVcK1ra-M2Sj-46" parent="1" style="text;align=left;fontStyle=1;verticalAlign=middle;spacingLeft=3;spacingRight=3;strokeColor=none;rotatable=0;points=[[0,0.5],[1,0.5]];portConstraint=eastwest;html=1;" value="T15" vertex="1">
          <mxGeometry height="26" width="20" x="429" y="340" as="geometry" />
        </mxCell>
      </root>
    </mxGraphModel>
  </diagram>
</mxfile>
